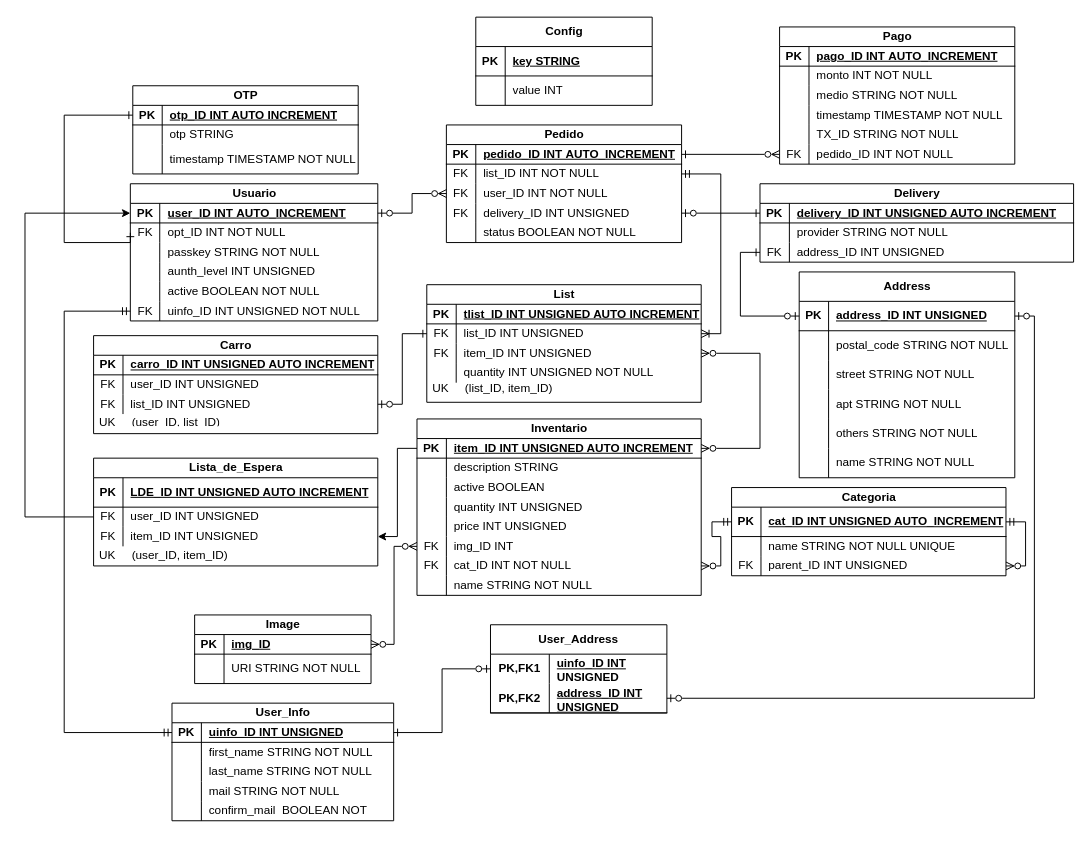
Before: back/src/main/java/com/uade/entity/EsquemaDB.drawio in nadie209x33/Marketplace, a draw.io diagram. Source tidied: cells renumbered, new cells numbered last; positions are measured from the earlier drawing's top-left corner, leaving out a move shared by most shapes. Both pictures are drawn from the tidied source at 98%, with x=0, y=0 at pixel (24, 17).
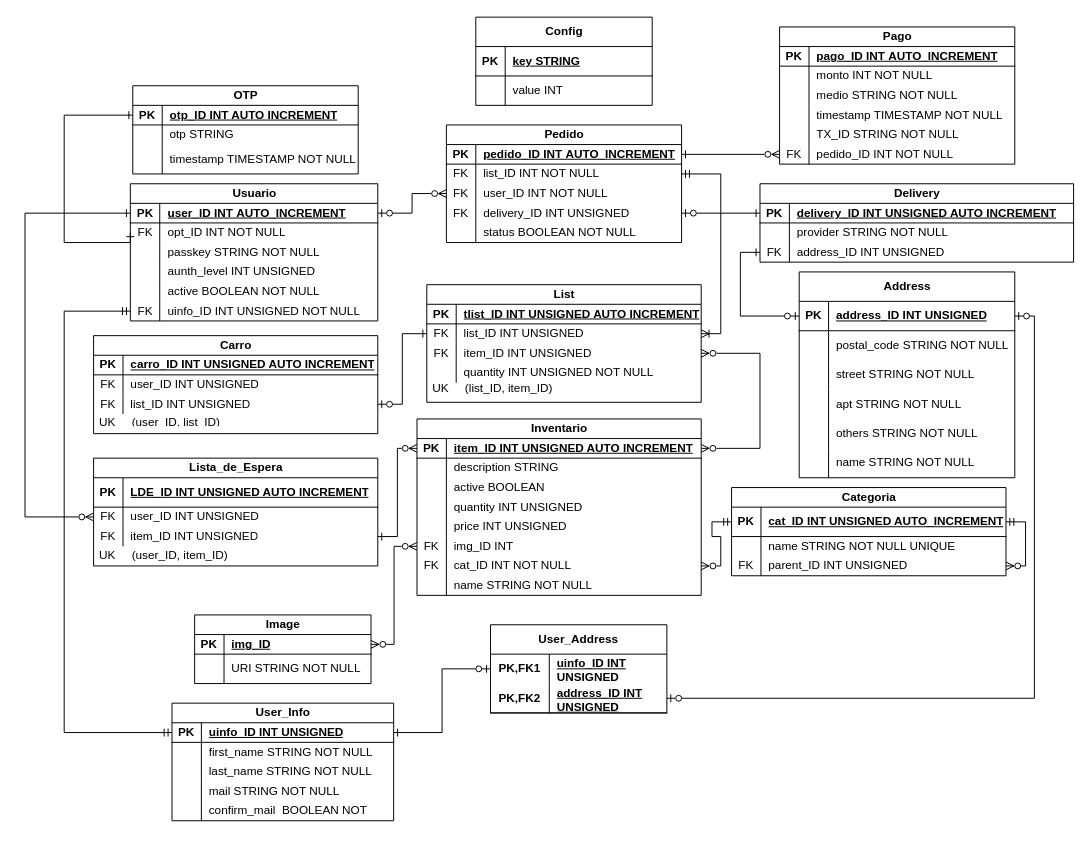
The same page after the edit.

Commit message:
Correcciones menores en el esquema de la base de datos

The change refers to these unchanged cells:
```xml
<mxCell id="4" style="shape=tableRow;horizontal=0;startSize=0;swimlaneHead=0;swimlaneBody=0;fillColor=none;points=[[0,0.5],[1,0.5]];portConstraint=eastwest;top=0;left=0;right=0;bottom=1;" parent="3" vertex="1">
  <mxGeometry y="20" width="252.5" height="20" as="geometry" />
</mxCell>
<mxCell id="68" style="shape=tableRow;horizontal=0;startSize=0;swimlaneHead=0;swimlaneBody=0;fillColor=none;points=[[0,0.5],[1,0.5]];portConstraint=eastwest;top=0;left=0;right=0;bottom=1;" parent="67" vertex="1">
  <mxGeometry y="20" width="290" height="20" as="geometry" />
</mxCell>
<mxCell id="186" style="shape=tableRow;horizontal=0;startSize=0;swimlaneHead=0;swimlaneBody=0;fillColor=none;points=[[0,0.5],[1,0.5]];portConstraint=eastwest;top=0;left=0;right=0;bottom=0;" parent="182" vertex="1">
  <mxGeometry y="50" width="290" height="20" as="geometry" />
</mxCell>
<mxCell id="189" style="shape=tableRow;horizontal=0;startSize=0;swimlaneHead=0;swimlaneBody=0;fillColor=none;points=[[0,0.5],[1,0.5]];portConstraint=eastwest;top=0;left=0;right=0;bottom=0;" parent="182" vertex="1">
  <mxGeometry y="70" width="290" height="20" as="geometry" />
</mxCell>
```

The edit, as a diff of the source:
```diff
@@
-    <mxCell id="206" style="edgeStyle=orthogonalEdgeStyle;rounded=0;jettySize=auto;html=1;exitX=0;exitY=0.5;exitDx=0;exitDy=0;entryX=1;entryY=0.5;entryDx=0;entryDy=0;" parent="1" edge="1" source="68" target="189">
+    <mxCell id="206" style="edgeStyle=orthogonalEdgeStyle;rounded=0;jettySize=auto;html=1;exitX=0;exitY=0.5;exitDx=0;exitDy=0;entryX=1;entryY=0.5;entryDx=0;entryDy=0;startArrow=ERzeroToMany;startFill=0;endArrow=ERone;endFill=0;" parent="1" edge="1" source="68" target="189">
       <mxGeometry relative="1" as="geometry" />
     </mxCell>
-    <mxCell id="207" style="edgeStyle=orthogonalEdgeStyle;rounded=0;jettySize=auto;html=1;exitX=0;exitY=0.5;exitDx=0;exitDy=0;entryX=0;entryY=0.5;entryDx=0;entryDy=0;" parent="1" edge="1" source="186" target="4">
+    <mxCell id="207" style="edgeStyle=orthogonalEdgeStyle;rounded=0;jettySize=auto;html=1;exitX=0;exitY=0.5;exitDx=0;exitDy=0;entryX=0;entryY=0.5;entryDx=0;entryDy=0;startArrow=ERzeroToMany;startFill=0;endArrow=ERone;endFill=0;" parent="1" edge="1" source="186" target="4">
       <mxGeometry relative="1" as="geometry">
         <Array as="points">
           <mxPoint y="510" />
           <mxPoint y="200" />
         </Array>
       </mxGeometry>
     </mxCell>
```
